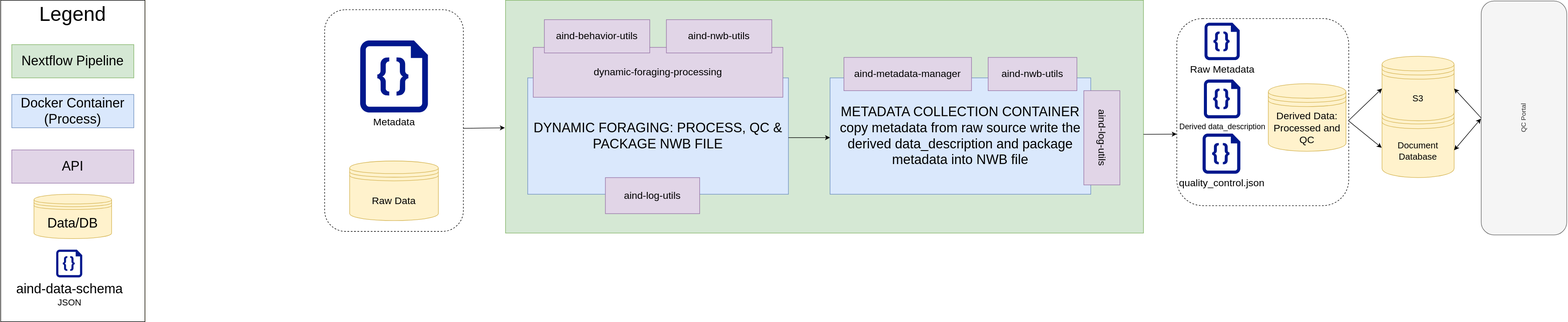
Above: diagrams/dynamic-foraging/dynamic-foraging_pipeline.svg in AllenNeuralDynamics/aind-software-docs (draw.io), before the change. Source tidied: cells renumbered, new cells last; positions are measured from the earlier drawing's top-left corner, leaving out a move shared by most shapes. The source it was exported from:
```xml
<mxGraphModel>
  <root>
    <mxCell id="0" />
    <mxCell id="1" parent="0" />
    <mxCell id="2" style="rounded=1;whiteSpace=wrap;html=1;fillColor=none;dashed=1;" parent="1" vertex="1">
      <mxGeometry x="2120" y="33" width="310" height="337.5" as="geometry" />
    </mxCell>
    <mxCell id="3" style="rounded=0;whiteSpace=wrap;html=1;fillColor=#d5e8d4;strokeColor=#82b366;" parent="1" vertex="1">
      <mxGeometry x="910" width="1150" height="420" as="geometry" />
    </mxCell>
    <mxCell id="4" value="&lt;font style=&quot;font-size: 18px;&quot;&gt;Metadata&lt;/font&gt;" style="sketch=0;shadow=0;dashed=0;html=1;strokeColor=none;labelPosition=center;verticalLabelPosition=bottom;verticalAlign=top;align=center;fillColor=#00188D;shape=mxgraph.azure.code_file;" parent="1" vertex="1">
      <mxGeometry x="647.9" y="72.5" width="122.2" height="130" as="geometry" />
    </mxCell>
    <mxCell id="5" value="&lt;font style=&quot;font-size: 18px;&quot;&gt;Raw Data&lt;/font&gt;" style="shape=datastore;whiteSpace=wrap;html=1;fillColor=#fff2cc;strokeColor=#d6b656;" parent="1" vertex="1">
      <mxGeometry x="629" y="290" width="160" height="107.5" as="geometry" />
    </mxCell>
    <mxCell id="6" style="rounded=1;whiteSpace=wrap;html=1;fillColor=none;dashed=1;" parent="1" vertex="1">
      <mxGeometry x="584" y="17" width="250" height="400" as="geometry" />
    </mxCell>
    <mxCell id="7" value="&lt;font style=&quot;font-size: 18px;&quot;&gt;Raw Metadata&lt;/font&gt;" style="sketch=0;shadow=0;dashed=0;html=1;strokeColor=none;labelPosition=center;verticalLabelPosition=bottom;verticalAlign=top;align=center;fillColor=#00188D;shape=mxgraph.azure.code_file;" parent="1" vertex="1">
      <mxGeometry x="2170" y="40.5" width="63.5" height="67.5" as="geometry" />
    </mxCell>
    <mxCell id="8" value="&lt;font style=&quot;font-size: 18px;&quot;&gt;Derived Data: Processed and QC&lt;/font&gt;" style="shape=datastore;whiteSpace=wrap;html=1;fillColor=#fff2cc;strokeColor=#d6b656;" parent="1" vertex="1">
      <mxGeometry x="2285" y="150.5" width="140" height="121.9" as="geometry" />
    </mxCell>
    <mxCell id="9" value="&lt;span style=&quot;font-size: 24px;&quot;&gt;METADATA COLLECTION CONTAINER&lt;/span&gt;&lt;br&gt;&lt;div&gt;&lt;font style=&quot;font-size: 24px;&quot;&gt;copy metadata from raw source write the derived data_description and package metadata into NWB file&lt;/font&gt;&lt;/div&gt;" style="rounded=0;whiteSpace=wrap;html=1;fillColor=#dae8fc;strokeColor=#6c8ebf;" parent="1" vertex="1">
      <mxGeometry x="1495" y="140" width="470" height="210" as="geometry" />
    </mxCell>
    <mxCell id="10" value="&lt;font style=&quot;font-size: 18px;&quot;&gt;aind-metadata-manager&lt;/font&gt;" style="rounded=0;whiteSpace=wrap;html=1;fillColor=#e1d5e7;strokeColor=#9673a6;" parent="1" vertex="1">
      <mxGeometry x="1520" y="103.1" width="230" height="60" as="geometry" />
    </mxCell>
    <mxCell id="11" value="&lt;font style=&quot;font-size: 18px;&quot;&gt;aind-log-utils&lt;/font&gt;" style="rounded=0;whiteSpace=wrap;html=1;rotation=90;fillColor=#e1d5e7;strokeColor=#9673a6;" parent="1" vertex="1">
      <mxGeometry x="1900" y="215.6" width="170" height="65" as="geometry" />
    </mxCell>
    <mxCell id="12" value="&lt;font style=&quot;font-size: 18px;&quot;&gt;aind-nwb-utils&lt;/font&gt;" style="rounded=0;whiteSpace=wrap;html=1;fillColor=#e1d5e7;strokeColor=#9673a6;" parent="1" vertex="1">
      <mxGeometry x="1780" y="103.1" width="160" height="60" as="geometry" />
    </mxCell>
    <mxCell id="13" style="group;fillColor=#fff2cc;strokeColor=#d6b656;" parent="1" vertex="1">
      <mxGeometry width="260" height="580" as="geometry" />
    </mxCell>
    <mxCell id="14" style="rounded=0;whiteSpace=wrap;html=1;" parent="13" vertex="1">
      <mxGeometry width="260" height="580" as="geometry" />
    </mxCell>
    <mxCell id="15" value="&lt;font style=&quot;font-size: 36px;&quot;&gt;Legend&lt;/font&gt;" style="text;html=1;whiteSpace=wrap;strokeColor=none;fillColor=none;align=center;verticalAlign=middle;rounded=0;" parent="13" vertex="1">
      <mxGeometry x="100" y="10" width="60" height="30" as="geometry" />
    </mxCell>
    <mxCell id="16" value="&lt;font style=&quot;font-size: 24px;&quot;&gt;Nextflow Pipeline&lt;/font&gt;" style="rounded=0;whiteSpace=wrap;html=1;fillColor=#d5e8d4;strokeColor=#82b366;" parent="13" vertex="1">
      <mxGeometry x="20" y="80" width="220" height="60" as="geometry" />
    </mxCell>
    <mxCell id="17" value="&lt;font style=&quot;font-size: 24px;&quot;&gt;Docker Container (Process)&lt;/font&gt;" style="rounded=0;whiteSpace=wrap;html=1;fillColor=#dae8fc;strokeColor=#6c8ebf;" parent="13" vertex="1">
      <mxGeometry x="20" y="170" width="220" height="60" as="geometry" />
    </mxCell>
    <mxCell id="18" value="&lt;font style=&quot;font-size: 24px;&quot;&gt;API&lt;/font&gt;" style="rounded=0;whiteSpace=wrap;html=1;fillColor=#e1d5e7;strokeColor=#9673a6;" parent="13" vertex="1">
      <mxGeometry x="20" y="270" width="220" height="60" as="geometry" />
    </mxCell>
    <mxCell id="19" value="&lt;font style=&quot;font-size: 24px;&quot;&gt;Data/DB&lt;/font&gt;" style="shape=datastore;whiteSpace=wrap;html=1;fillColor=#fff2cc;strokeColor=#d6b656;" parent="13" vertex="1">
      <mxGeometry x="60" y="350" width="140" height="80" as="geometry" />
    </mxCell>
    <mxCell id="20" value="&lt;font style=&quot;font-size: 24px;&quot;&gt;aind-data-schema&lt;/font&gt;&lt;div&gt;&lt;font size=&quot;3&quot;&gt;JSON&lt;/font&gt;&lt;/div&gt;" style="sketch=0;shadow=0;dashed=0;html=1;strokeColor=none;labelPosition=center;verticalLabelPosition=bottom;verticalAlign=top;align=center;fillColor=#00188D;shape=mxgraph.azure.code_file;" parent="13" vertex="1">
      <mxGeometry x="100" y="450" width="47" height="50" as="geometry" />
    </mxCell>
    <mxCell id="21" value="&lt;span style=&quot;font-size: 24px;&quot;&gt;DYNAMIC FORAGING: PROCESS, QC &amp;amp; PACKAGE NWB FILE&lt;/span&gt;" style="rounded=0;whiteSpace=wrap;html=1;fillColor=#dae8fc;strokeColor=#6c8ebf;" parent="1" vertex="1">
      <mxGeometry x="950" y="140" width="470" height="210" as="geometry" />
    </mxCell>
    <mxCell id="22" value="&lt;font style=&quot;font-size: 18px;&quot;&gt;dynamic-foraging-processing&lt;/font&gt;" style="rounded=0;whiteSpace=wrap;html=1;fillColor=#e1d5e7;strokeColor=#9673a6;" parent="1" vertex="1">
      <mxGeometry x="960" y="85" width="450" height="90" as="geometry" />
    </mxCell>
    <mxCell id="23" value="&lt;font style=&quot;font-size: 18px;&quot;&gt;aind-nwb-utils&lt;/font&gt;" style="rounded=0;whiteSpace=wrap;html=1;fillColor=#e1d5e7;strokeColor=#9673a6;" parent="1" vertex="1">
      <mxGeometry x="1200" y="35" width="190" height="60" as="geometry" />
    </mxCell>
    <mxCell id="24" value="&lt;font style=&quot;font-size: 18px;&quot;&gt;aind-behavior-utils&lt;/font&gt;" style="rounded=0;whiteSpace=wrap;html=1;fillColor=#e1d5e7;strokeColor=#9673a6;" parent="1" vertex="1">
      <mxGeometry x="980" y="35" width="190" height="60" as="geometry" />
    </mxCell>
    <mxCell id="25" value="&lt;font style=&quot;font-size: 18px;&quot;&gt;aind-log-utils&lt;/font&gt;" style="rounded=0;whiteSpace=wrap;html=1;rotation=0;fillColor=#e1d5e7;strokeColor=#9673a6;" parent="1" vertex="1">
      <mxGeometry x="1090" y="320" width="170" height="65" as="geometry" />
    </mxCell>
    <mxCell id="26" style="endArrow=classic;html=1;rounded=0;entryX=0;entryY=0.5;entryDx=0;entryDy=0;exitX=0.25;exitY=0;exitDx=0;exitDy=0;" parent="1" edge="1">
      <mxGeometry relative="1" as="geometry">
        <mxPoint x="1420" y="247.8" as="sourcePoint" />
        <mxPoint x="1495" y="247.8" as="targetPoint" />
      </mxGeometry>
    </mxCell>
    <mxCell id="27" style="endArrow=classic;html=1;rounded=0;exitX=0.999;exitY=0.535;exitDx=0;exitDy=0;exitPerimeter=0;entryX=-0.001;entryY=0.548;entryDx=0;entryDy=0;entryPerimeter=0;" parent="1" edge="1" source="6" target="3">
      <mxGeometry relative="1" as="geometry" />
    </mxCell>
    <mxCell id="28" style="endArrow=classic;html=1;rounded=0;exitX=0.25;exitY=0;exitDx=0;exitDy=0;" parent="1" edge="1">
      <mxGeometry relative="1" as="geometry">
        <mxPoint x="2060" y="241.9" as="sourcePoint" />
        <mxPoint x="2120" y="241.5" as="targetPoint" />
      </mxGeometry>
    </mxCell>
    <mxCell id="29" value="&lt;font style=&quot;font-size: 14px;&quot;&gt;Derived data_description&lt;/font&gt;" style="sketch=0;shadow=0;dashed=0;html=1;strokeColor=none;labelPosition=center;verticalLabelPosition=bottom;verticalAlign=top;align=center;fillColor=#00188D;shape=mxgraph.azure.code_file;" parent="1" vertex="1">
      <mxGeometry x="2168.8" y="143" width="65.8" height="70" as="geometry" />
    </mxCell>
    <mxCell id="30" value="&lt;font style=&quot;font-size: 18px;&quot;&gt;quality_control.json&lt;/font&gt;" style="sketch=0;shadow=0;dashed=0;html=1;strokeColor=none;labelPosition=center;verticalLabelPosition=bottom;verticalAlign=top;align=center;fillColor=#00188D;shape=mxgraph.azure.code_file;" parent="1" vertex="1">
      <mxGeometry x="2166.5" y="240.5" width="68.2" height="72.5" as="geometry" />
    </mxCell>
    <mxCell id="31" value="&lt;font size=&quot;3&quot;&gt;Document Database&lt;/font&gt;" style="shape=datastore;whiteSpace=wrap;html=1;fillColor=#fff2cc;strokeColor=#d6b656;" parent="1" vertex="1">
      <mxGeometry x="2490" y="184.9" width="130" height="135" as="geometry" />
    </mxCell>
    <mxCell id="32" value="&lt;font size=&quot;3&quot;&gt;S3&lt;/font&gt;" style="shape=datastore;whiteSpace=wrap;html=1;fillColor=#fff2cc;strokeColor=#d6b656;" parent="1" vertex="1">
      <mxGeometry x="2490" y="101.1" width="130" height="116.2" as="geometry" />
    </mxCell>
    <mxCell id="33" style="endArrow=classic;html=1;rounded=0;exitX=0.25;exitY=0;exitDx=0;exitDy=0;entryX=0;entryY=0.5;entryDx=0;entryDy=0;" parent="1" edge="1" target="32">
      <mxGeometry relative="1" as="geometry">
        <mxPoint x="2430" y="216.7" as="sourcePoint" />
      </mxGeometry>
    </mxCell>
    <mxCell id="34" style="endArrow=classic;html=1;rounded=0;exitX=0.999;exitY=0.547;exitDx=0;exitDy=0;entryX=-0.004;entryY=0.602;entryDx=0;entryDy=0;exitPerimeter=0;entryPerimeter=0;" parent="1" edge="1" source="2" target="31">
      <mxGeometry relative="1" as="geometry" />
    </mxCell>
    <mxCell id="35" value="QC Portal" style="rounded=1;whiteSpace=wrap;html=1;rotation=-90;fillColor=#f5f5f5;strokeColor=#666666;fontColor=#333333;" parent="1" vertex="1">
      <mxGeometry x="2534.8" y="135.2" width="422.1" height="154.2" as="geometry" />
    </mxCell>
    <mxCell id="36" style="endArrow=classic;html=1;rounded=0;exitX=0.5;exitY=0;exitDx=0;exitDy=0;entryX=1;entryY=0.5;entryDx=0;entryDy=0;" parent="1" edge="1" source="35" target="32">
      <mxGeometry relative="1" as="geometry" />
    </mxCell>
    <mxCell id="37" style="endArrow=classic;startArrow=classic;html=1;rounded=0;entryX=0.497;entryY=-0.003;entryDx=0;entryDy=0;entryPerimeter=0;" parent="1" edge="1" target="35">
      <mxGeometry relative="1" as="geometry">
        <mxPoint x="2620" y="270.5" as="sourcePoint" />
      </mxGeometry>
    </mxCell>
  </root>
</mxGraphModel>
```
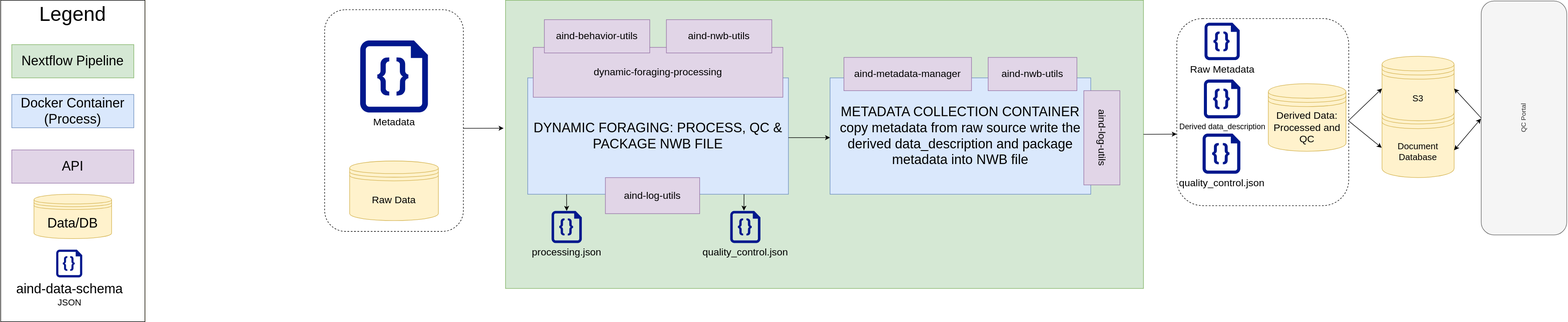
The same diagram one commit later.

Commit message:
fix: visualize metadata documents produced by processing container

The edit, as a diff of the source:
```diff
@@ -6,7 +6,7 @@
       <mxGeometry x="2120" y="33" width="310" height="337.5" as="geometry" />
     </mxCell>
     <mxCell id="3" style="rounded=0;whiteSpace=wrap;html=1;fillColor=#d5e8d4;strokeColor=#82b366;" parent="1" vertex="1">
-      <mxGeometry x="910" width="1150" height="420" as="geometry" />
+      <mxGeometry x="910" width="1150" height="520" as="geometry" />
     </mxCell>
     <mxCell id="4" value="&lt;font style=&quot;font-size: 18px;&quot;&gt;Metadata&lt;/font&gt;" style="sketch=0;shadow=0;dashed=0;html=1;strokeColor=none;labelPosition=center;verticalLabelPosition=bottom;verticalAlign=top;align=center;fillColor=#00188D;shape=mxgraph.azure.code_file;" parent="1" vertex="1">
       <mxGeometry x="647.9" y="72.5" width="122.2" height="130" as="geometry" />
@@ -80,7 +80,7 @@
         <mxPoint x="1495" y="247.8" as="targetPoint" />
       </mxGeometry>
     </mxCell>
-    <mxCell id="27" style="endArrow=classic;html=1;rounded=0;exitX=0.999;exitY=0.535;exitDx=0;exitDy=0;exitPerimeter=0;entryX=-0.001;entryY=0.548;entryDx=0;entryDy=0;entryPerimeter=0;" parent="1" edge="1" source="6" target="3">
+    <mxCell id="27" style="endArrow=classic;html=1;rounded=0;exitX=0.999;exitY=0.535;exitDx=0;exitDy=0;exitPerimeter=0;entryX=-0.003;entryY=0.444;entryDx=0;entryDy=0;entryPerimeter=0;" parent="1" edge="1" source="6" target="3">
       <mxGeometry relative="1" as="geometry" />
     </mxCell>
     <mxCell id="28" style="endArrow=classic;html=1;rounded=0;exitX=0.25;exitY=0;exitDx=0;exitDy=0;" parent="1" edge="1">
@@ -120,5 +120,19 @@
         <mxPoint x="2620" y="270.5" as="sourcePoint" />
       </mxGeometry>
     </mxCell>
+    <mxCell id="38" value="&lt;span style=&quot;font-size: 18px;&quot;&gt;processing.json&lt;/span&gt;" style="sketch=0;shadow=0;dashed=0;html=1;strokeColor=none;labelPosition=center;verticalLabelPosition=bottom;verticalAlign=top;align=center;fillColor=#00188D;shape=mxgraph.azure.code_file;" parent="1" vertex="1">
+      <mxGeometry x="993" y="380" width="54.5" height="58" as="geometry" />
+    </mxCell>
+    <mxCell id="39" value="&lt;span style=&quot;font-size: 18px;&quot;&gt;quality_control.json&lt;/span&gt;" style="sketch=0;shadow=0;dashed=0;html=1;strokeColor=none;labelPosition=center;verticalLabelPosition=bottom;verticalAlign=top;align=center;fillColor=#00188D;shape=mxgraph.azure.code_file;" parent="1" vertex="1">
+      <mxGeometry x="1315" y="380" width="54.5" height="58" as="geometry" />
+    </mxCell>
+    <mxCell id="40" style="endArrow=classic;html=1;rounded=0;exitX=0.149;exitY=1;exitDx=0;exitDy=0;exitPerimeter=0;entryX=0.5;entryY=0;entryDx=0;entryDy=0;entryPerimeter=0;" parent="1" edge="1" source="21" target="38">
+      <mxGeometry relative="1" as="geometry" />
+    </mxCell>
+    <mxCell id="41" style="endArrow=classic;html=1;rounded=0;exitX=0.149;exitY=1;exitDx=0;exitDy=0;exitPerimeter=0;entryX=0.455;entryY=-0.007;entryDx=0;entryDy=0;entryPerimeter=0;" parent="1" edge="1" target="39">
+      <mxGeometry relative="1" as="geometry">
+        <mxPoint x="1340" y="350" as="sourcePoint" />
+      </mxGeometry>
+    </mxCell>
   </root>
 </mxGraphModel>
```
